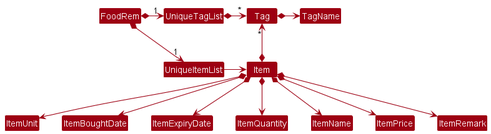
Above: docs/images/BetterModelClassDiagram.png in nus-cs2103-AY2223S1/tp (PlantUML), before the change.
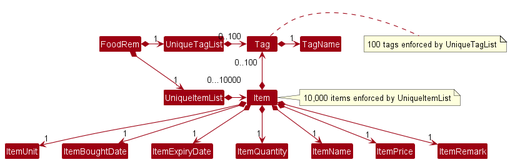
Later version of the same file.

Commit message:
Fix activity diagram

Diff of the diagram source:
```diff
@@ -9,18 +9,20 @@
 UniqueTagList -[hidden]down- UniqueItemList
 UniqueTagList -[hidden]down- UniqueItemList
 
-UniqueTagList *-right-> "*" Tag
-UniqueItemList -right-> Item
+UniqueTagList *-right-> "0..100" Tag
+UniqueItemList *-> "0...10000" Item
+note right : 10,000 items enforced by UniqueItemList
 
-Item *-up-> "*" Tag
+Item *-up-> "0..100" Tag
+note right : 100 tags enforced by UniqueTagList
 
-Item *--> ItemUnit
-Item *--> ItemBoughtDate
-Item *--> ItemExpiryDate
-Item *--> ItemQuantity
-Item *--> ItemName
-Item *--> ItemPrice
-Item *--> ItemRemark
-Tag *-right--> TagName
+Item *--> "1" ItemUnit
+Item *--> "1" ItemBoughtDate
+Item *--> "1" ItemExpiryDate
+Item *--> "1" ItemQuantity
+Item *--> "1" ItemName
+Item *--> "1" ItemPrice
+Item *--> "1" ItemRemark
+Tag *-right--> "1" TagName
 
 @enduml
```
